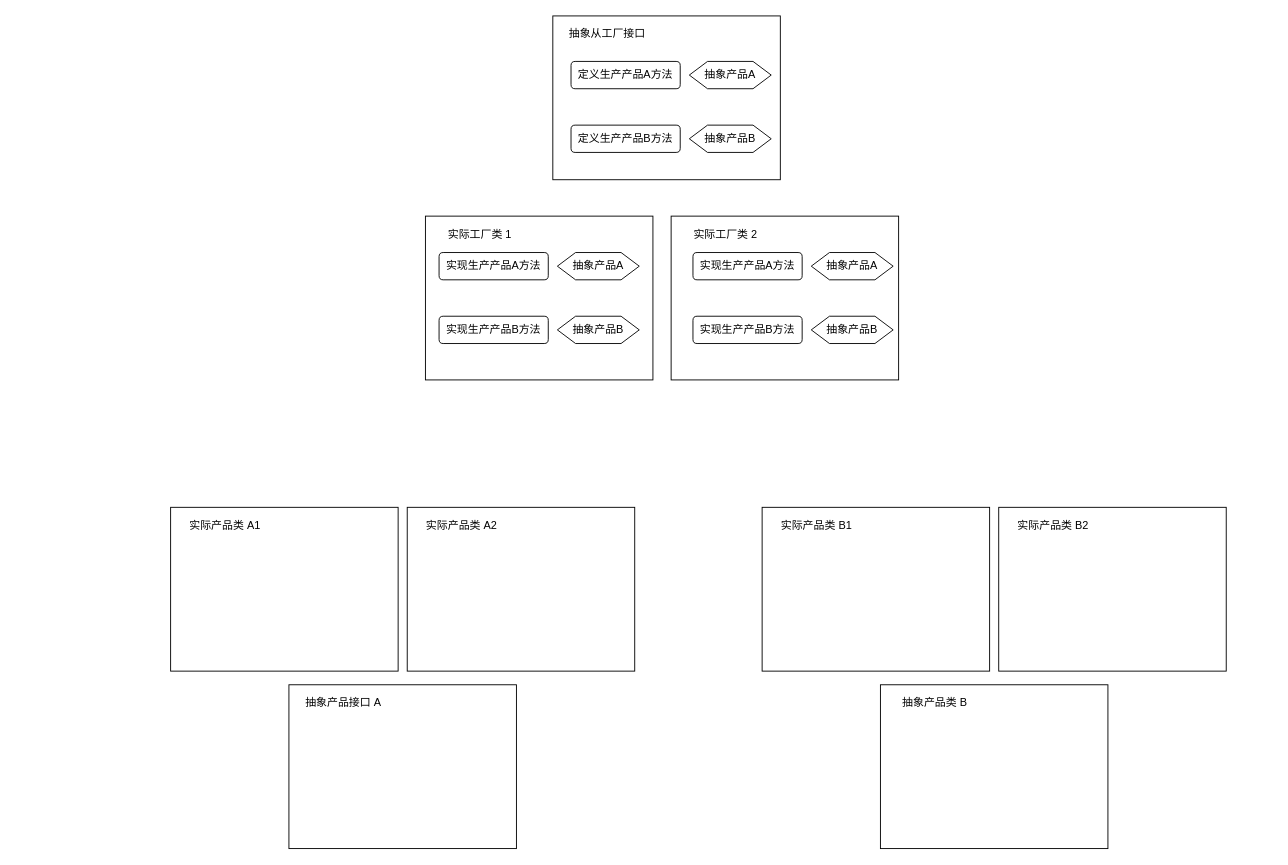
Humyang/API-Diagram keeps this draw.io diagram as AbstractFactory.drawio. Above is the earlier version. Source tidied: cells renumbered, new cells numbered last; positions are measured from the earlier drawing's top-left corner, leaving out a move shared by most shapes. Both pictures are drawn from the tidied source at 91%, with x=0, y=0 at pixel (170, 15).
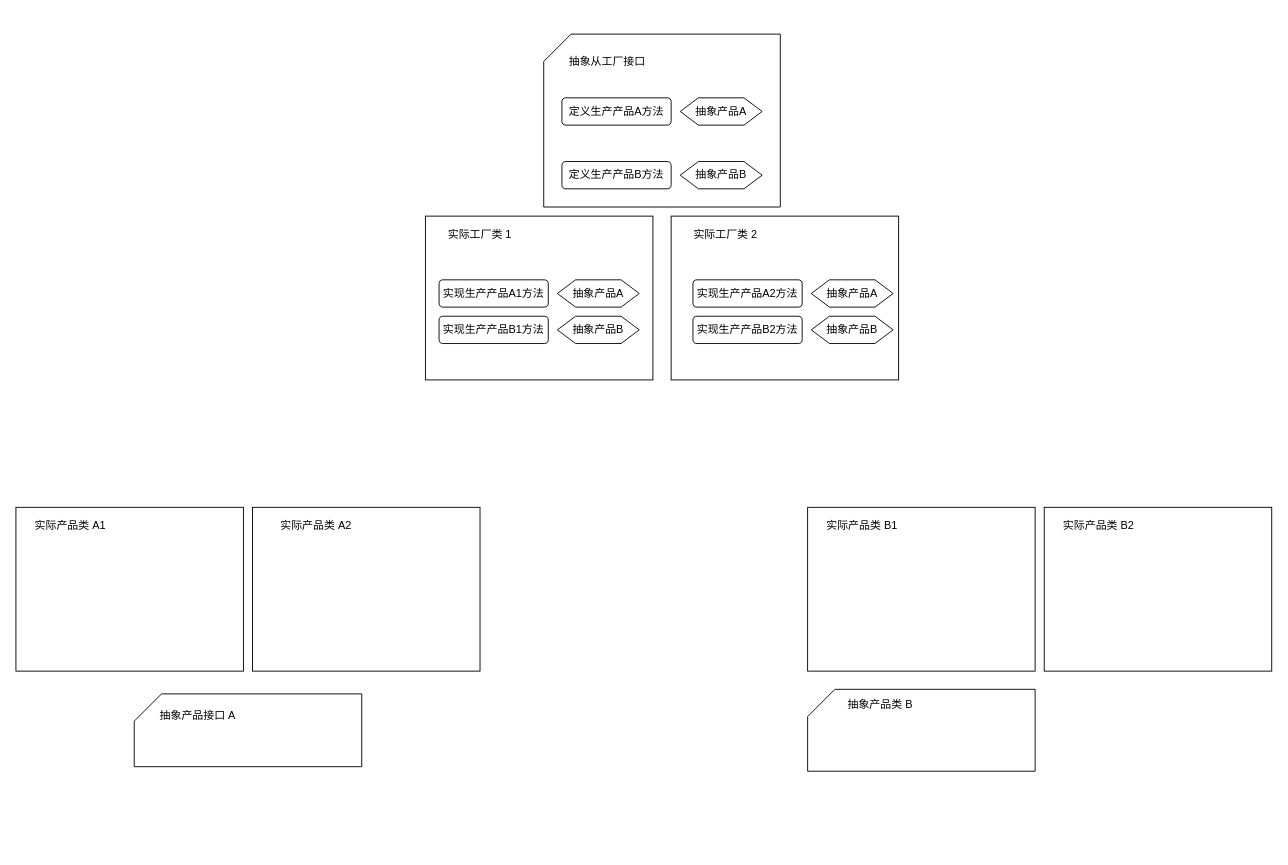
After the change.

Unchanged cells that the change refers to:
```xml
<mxCell id="9" style="group;" parent="1" vertex="1">
  <mxGeometry x="280" y="220" width="250" height="180" as="geometry" />
</mxCell>
<mxCell id="16" style="group;" parent="1" vertex="1">
  <mxGeometry x="550" y="220" width="250" height="180" as="geometry" />
</mxCell>
```

The edit, as a diff of the source:
```diff
@@
-    <mxCell id="2" style="group;" parent="1" vertex="1">
-      <mxGeometry x="420" width="270" height="180" as="geometry" />
-    </mxCell>
-    <mxCell id="3" style="rounded=0;whiteSpace=wrap;html=1;" parent="2" vertex="1">
-      <mxGeometry width="250" height="180" as="geometry" />
-    </mxCell>
-    <mxCell id="4" value="抽象从工厂接口" style="text;html=1;strokeColor=none;fillColor=none;align=center;verticalAlign=middle;whiteSpace=wrap;rounded=0;" parent="2" vertex="1">
-      <mxGeometry x="10" y="10" width="100" height="20" as="geometry" />
-    </mxCell>
-    <mxCell id="5" value="定义生产产品A方法" style="rounded=1;whiteSpace=wrap;html=1;" parent="2" vertex="1">
-      <mxGeometry x="20" y="50" width="120" height="30" as="geometry" />
-    </mxCell>
-    <mxCell id="6" value="定义生产产品B方法" style="rounded=1;whiteSpace=wrap;html=1;" parent="2" vertex="1">
-      <mxGeometry x="20" y="120" width="120" height="30" as="geometry" />
-    </mxCell>
-    <mxCell id="7" value="抽象产品A" style="shape=hexagon;perimeter=hexagonPerimeter2;whiteSpace=wrap;html=1;fixedSize=1;" parent="2" vertex="1">
-      <mxGeometry x="150" y="50" width="90" height="30" as="geometry" />
-    </mxCell>
-    <mxCell id="8" value="抽象产品B" style="shape=hexagon;perimeter=hexagonPerimeter2;whiteSpace=wrap;html=1;fixedSize=1;" parent="2" vertex="1">
-      <mxGeometry x="150" y="120" width="90" height="30" as="geometry" />
-    </mxCell>
@@
-    <mxCell id="12" value="实现生产产品A方法" style="rounded=1;whiteSpace=wrap;html=1;" parent="9" vertex="1">
-      <mxGeometry x="15" y="40" width="120" height="30" as="geometry" />
+    <mxCell id="12" value="实现生产产品A1方法" style="rounded=1;whiteSpace=wrap;html=1;" parent="9" vertex="1">
+      <mxGeometry x="15" y="70" width="120" height="30" as="geometry" />
     </mxCell>
-    <mxCell id="13" value="实现生产产品B方法" style="rounded=1;whiteSpace=wrap;html=1;" parent="9" vertex="1">
+    <mxCell id="13" value="实现生产产品B1方法" style="rounded=1;whiteSpace=wrap;html=1;" parent="9" vertex="1">
       <mxGeometry x="15" y="110" width="120" height="30" as="geometry" />
     </mxCell>
     <mxCell id="14" value="抽象产品A" style="shape=hexagon;perimeter=hexagonPerimeter2;whiteSpace=wrap;html=1;fixedSize=1;" parent="9" vertex="1">
-      <mxGeometry x="145" y="40" width="90" height="30" as="geometry" />
+      <mxGeometry x="145" y="70" width="90" height="30" as="geometry" />
     </mxCell>
@@
-    <mxCell id="19" value="实现生产产品A方法" style="rounded=1;whiteSpace=wrap;html=1;" parent="16" vertex="1">
-      <mxGeometry x="24" y="40" width="120" height="30" as="geometry" />
+    <mxCell id="19" value="实现生产产品A2方法" style="rounded=1;whiteSpace=wrap;html=1;" parent="16" vertex="1">
+      <mxGeometry x="24" y="70" width="120" height="30" as="geometry" />
     </mxCell>
-    <mxCell id="20" value="实现生产产品B方法" style="rounded=1;whiteSpace=wrap;html=1;" parent="16" vertex="1">
+    <mxCell id="20" value="实现生产产品B2方法" style="rounded=1;whiteSpace=wrap;html=1;" parent="16" vertex="1">
       <mxGeometry x="24" y="110" width="120" height="30" as="geometry" />
     </mxCell>
     <mxCell id="21" value="抽象产品A" style="shape=hexagon;perimeter=hexagonPerimeter2;whiteSpace=wrap;html=1;fixedSize=1;" parent="16" vertex="1">
-      <mxGeometry x="154" y="40" width="90" height="30" as="geometry" />
+      <mxGeometry x="154" y="70" width="90" height="30" as="geometry" />
     </mxCell>
@@
-    <mxCell id="23" style="group;" parent="1" vertex="1">
-      <mxGeometry x="130" y="735" width="250" height="180" as="geometry" />
-    </mxCell>
-    <mxCell id="24" style="rounded=0;whiteSpace=wrap;html=1;" parent="23" vertex="1">
-      <mxGeometry width="250" height="180" as="geometry" />
-    </mxCell>
-    <mxCell id="25" value="抽象产品接口 A" style="text;html=1;strokeColor=none;fillColor=none;align=center;verticalAlign=middle;whiteSpace=wrap;rounded=0;" parent="23" vertex="1">
-      <mxGeometry x="10" y="10" width="100" height="20" as="geometry" />
-    </mxCell>
-    <mxCell id="26" style="group;" parent="1" vertex="1">
-      <mxGeometry x="780" y="735" width="250" height="180" as="geometry" />
-    </mxCell>
-    <mxCell id="27" style="rounded=0;whiteSpace=wrap;html=1;" parent="26" vertex="1">
-      <mxGeometry width="250" height="180" as="geometry" />
-    </mxCell>
-    <mxCell id="28" value="抽象产品类 B" style="text;html=1;strokeColor=none;fillColor=none;align=center;verticalAlign=middle;whiteSpace=wrap;rounded=0;" parent="26" vertex="1">
-      <mxGeometry x="10" y="10" width="100" height="20" as="geometry" />
-    </mxCell>
     <mxCell id="29" style="group;" parent="1" vertex="1">
-      <mxGeometry y="540" width="250" height="180" as="geometry" />
+      <mxGeometry x="-170" y="540" width="250" height="180" as="geometry" />
     </mxCell>
@@
     <mxCell id="32" style="group;" parent="1" vertex="1">
-      <mxGeometry x="260" y="540" width="250" height="180" as="geometry" />
+      <mxGeometry x="100" y="540" width="250" height="180" as="geometry" />
     </mxCell>
     <mxCell id="33" style="rounded=0;whiteSpace=wrap;html=1;" parent="32" vertex="1">
-      <mxGeometry width="250" height="180" as="geometry" />
+      <mxGeometry x="-10" width="250" height="180" as="geometry" />
     </mxCell>
@@
     <mxCell id="35" style="group;" parent="1" vertex="1">
-      <mxGeometry x="650" y="540" width="250" height="180" as="geometry" />
+      <mxGeometry x="700" y="540" width="250" height="180" as="geometry" />
     </mxCell>
@@
     <mxCell id="38" style="group;" parent="1" vertex="1">
-      <mxGeometry x="910" y="540" width="250" height="180" as="geometry" />
+      <mxGeometry x="960" y="540" width="250" height="180" as="geometry" />
     </mxCell>
@@
+    <mxCell id="41" style="group;" parent="1" vertex="1">
+      <mxGeometry x="-40" y="745" width="250" height="80" as="geometry" />
+    </mxCell>
+    <mxCell id="42" style="shape=card;whiteSpace=wrap;html=1;" parent="41" vertex="1">
+      <mxGeometry width="250" height="80" as="geometry" />
+    </mxCell>
+    <mxCell id="25" value="抽象产品接口 A" style="text;html=1;strokeColor=none;fillColor=none;align=center;verticalAlign=middle;whiteSpace=wrap;rounded=0;" parent="41" vertex="1">
+      <mxGeometry x="20" y="20" width="100" height="8.6" as="geometry" />
+    </mxCell>
+    <mxCell id="43" style="group;" parent="1" vertex="1">
+      <mxGeometry x="700" y="740" width="250" height="90" as="geometry" />
+    </mxCell>
+    <mxCell id="44" style="shape=card;whiteSpace=wrap;html=1;" parent="43" vertex="1">
+      <mxGeometry width="250" height="90" as="geometry" />
+    </mxCell>
+    <mxCell id="28" value="抽象产品类 B" style="text;html=1;strokeColor=none;fillColor=none;align=center;verticalAlign=middle;whiteSpace=wrap;rounded=0;" parent="43" vertex="1">
+      <mxGeometry x="30" y="12.2" width="100" height="9.7" as="geometry" />
+    </mxCell>
+    <mxCell id="45" style="group;" parent="1" vertex="1">
+      <mxGeometry x="410" y="20" width="260" height="190" as="geometry" />
+    </mxCell>
+    <mxCell id="46" style="shape=card;whiteSpace=wrap;html=1;" parent="45" vertex="1">
+      <mxGeometry width="260" height="190" as="geometry" />
+    </mxCell>
+    <mxCell id="6" value="定义生产产品B方法" style="rounded=1;whiteSpace=wrap;html=1;" parent="45" vertex="1">
+      <mxGeometry x="20" y="140" width="120" height="30" as="geometry" />
+    </mxCell>
+    <mxCell id="5" value="定义生产产品A方法" style="rounded=1;whiteSpace=wrap;html=1;" parent="45" vertex="1">
+      <mxGeometry x="20" y="70" width="120" height="30" as="geometry" />
+    </mxCell>
+    <mxCell id="7" value="抽象产品A" style="shape=hexagon;perimeter=hexagonPerimeter2;whiteSpace=wrap;html=1;fixedSize=1;" parent="45" vertex="1">
+      <mxGeometry x="150" y="70" width="90" height="30" as="geometry" />
+    </mxCell>
+    <mxCell id="8" value="抽象产品B" style="shape=hexagon;perimeter=hexagonPerimeter2;whiteSpace=wrap;html=1;fixedSize=1;" parent="45" vertex="1">
+      <mxGeometry x="150" y="140" width="90" height="30" as="geometry" />
+    </mxCell>
+    <mxCell id="4" value="抽象从工厂接口" style="text;html=1;strokeColor=none;fillColor=none;align=center;verticalAlign=middle;whiteSpace=wrap;rounded=0;" parent="45" vertex="1">
+      <mxGeometry x="20" y="20" width="100" height="20" as="geometry" />
+    </mxCell>
```
